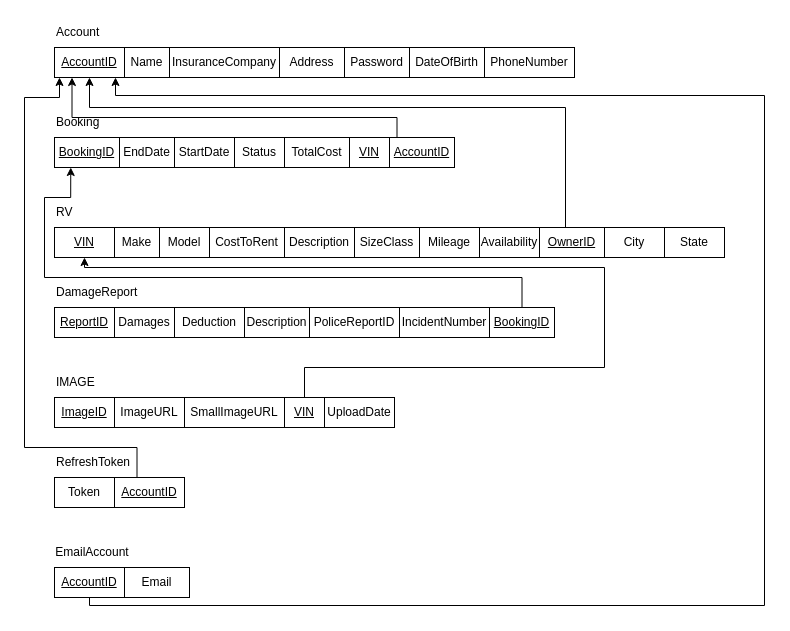
Before: RVSolutionsER.drawio in JasonDinh345/RV-Solutions, a draw.io diagram. Source tidied: cells renumbered, new cells numbered last; positions are measured from the earlier drawing's top-left corner, leaving out a move shared by most shapes. Both pictures are drawn from the tidied source at 100%, with x=0, y=0 at pixel (24, 17).
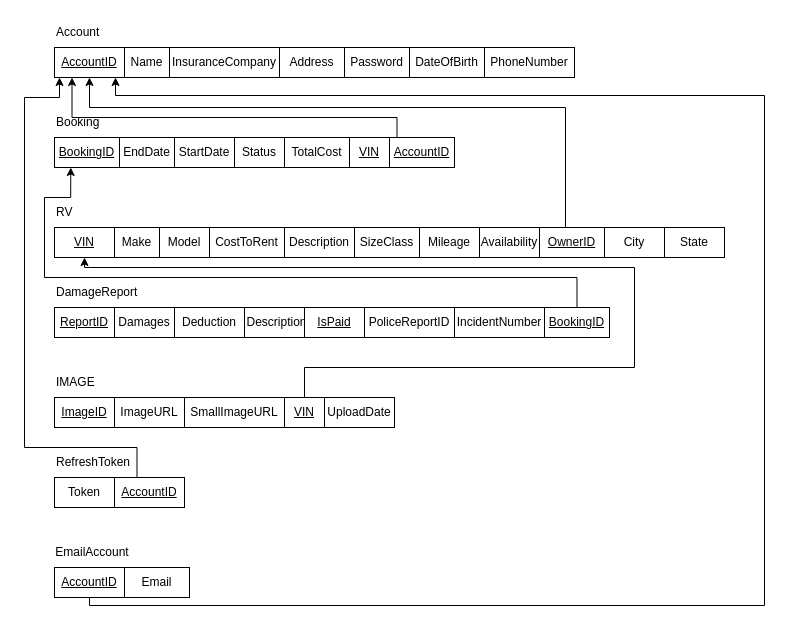
The same diagram, later.

The change refers to these unchanged cells:
```xml
<mxCell id="2" value="&lt;u&gt;BookingID&lt;/u&gt;" style="rounded=0;whiteSpace=wrap;html=1;" parent="1" vertex="1">
  <mxGeometry x="30" y="120" width="65" height="30" as="geometry" />
</mxCell>
<mxCell id="11" value="&lt;u&gt;VIN&lt;/u&gt;" style="rounded=0;whiteSpace=wrap;html=1;" parent="1" vertex="1">
  <mxGeometry x="30" y="210" width="60" height="30" as="geometry" />
</mxCell>
<mxCell id="29" value="&lt;u&gt;VIN&lt;/u&gt;" style="rounded=0;whiteSpace=wrap;html=1;" parent="1" vertex="1">
  <mxGeometry x="260" y="380" width="40" height="30" as="geometry" />
</mxCell>
<mxCell id="44" style="group;" parent="1" vertex="1">
  <mxGeometry x="30" y="260" width="500" height="60" as="geometry" />
</mxCell>
```

What changed in the source:
```diff
@@
     <mxCell id="28" style="edgeStyle=orthogonalEdgeStyle;rounded=0;jettySize=auto;html=1;exitX=0.5;exitY=0;exitDx=0;exitDy=0;entryX=0.5;entryY=1;entryDx=0;entryDy=0;" parent="1" edge="1" source="29" target="11">
       <mxGeometry relative="1" as="geometry">
         <Array as="points">
           <mxPoint x="280" y="350" />
-          <mxPoint x="580" y="350" />
-          <mxPoint x="580" y="250" />
+          <mxPoint x="610" y="350" />
+          <mxPoint x="610" y="250" />
           <mxPoint x="60" y="250" />
         </Array>
       </mxGeometry>
     </mxCell>
@@
     <mxCell id="50" value="PoliceReportID" style="rounded=0;whiteSpace=wrap;html=1;" parent="44" vertex="1">
-      <mxGeometry x="255" y="30" width="90" height="30" as="geometry" />
+      <mxGeometry x="310" y="30" width="90" height="30" as="geometry" />
     </mxCell>
     <mxCell id="51" value="IncidentNumber" style="rounded=0;whiteSpace=wrap;html=1;" parent="44" vertex="1">
-      <mxGeometry x="345" y="30" width="90" height="30" as="geometry" />
+      <mxGeometry x="400" y="30" width="90" height="30" as="geometry" />
     </mxCell>
     <mxCell id="52" value="&lt;u&gt;BookingID&lt;/u&gt;" style="rounded=0;whiteSpace=wrap;html=1;" parent="44" vertex="1">
-      <mxGeometry x="435" y="30" width="65" height="30" as="geometry" />
+      <mxGeometry x="490" y="30" width="65" height="30" as="geometry" />
     </mxCell>
+    <mxCell id="57" value="&lt;u&gt;IsPaid&lt;/u&gt;" style="rounded=0;whiteSpace=wrap;html=1;" parent="44" vertex="1">
+      <mxGeometry x="250" y="30" width="60" height="30" as="geometry" />
+    </mxCell>
@@
     <mxCell id="55" style="edgeStyle=orthogonalEdgeStyle;rounded=0;jettySize=auto;html=1;exitX=0.5;exitY=0;exitDx=0;exitDy=0;entryX=0.25;entryY=1;entryDx=0;entryDy=0;" parent="1" edge="1" source="52" target="2">
       <mxGeometry relative="1" as="geometry">
         <Array as="points">
-          <mxPoint x="498" y="260" />
+          <mxPoint x="553" y="260" />
           <mxPoint x="20" y="260" />
           <mxPoint x="20" y="180" />
           <mxPoint x="46" y="180" />
         </Array>
       </mxGeometry>
     </mxCell>
```
